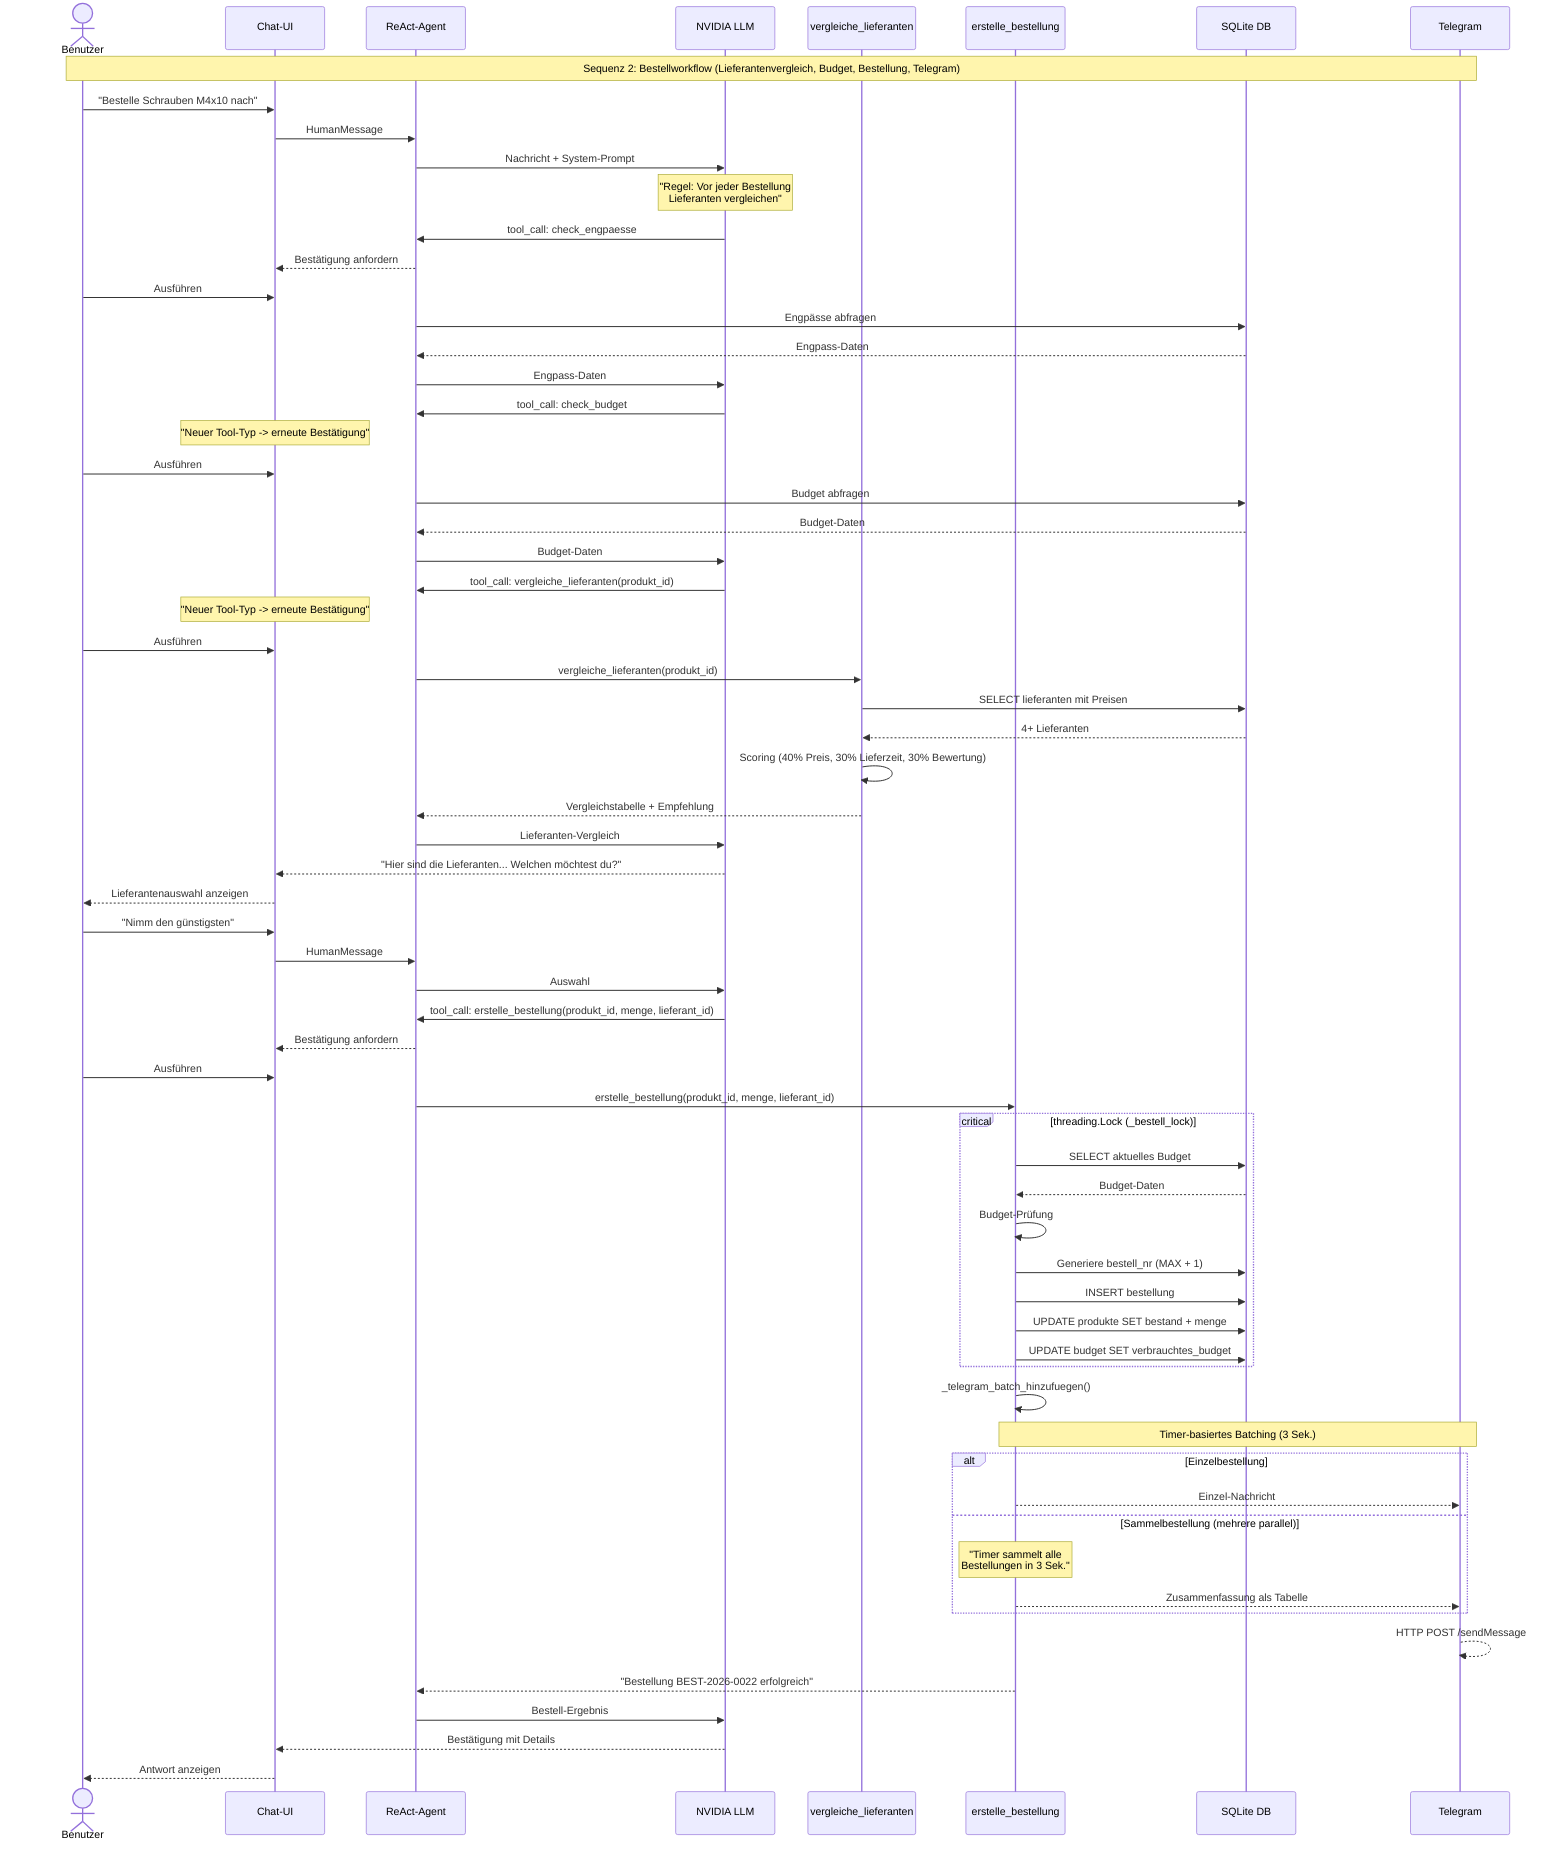
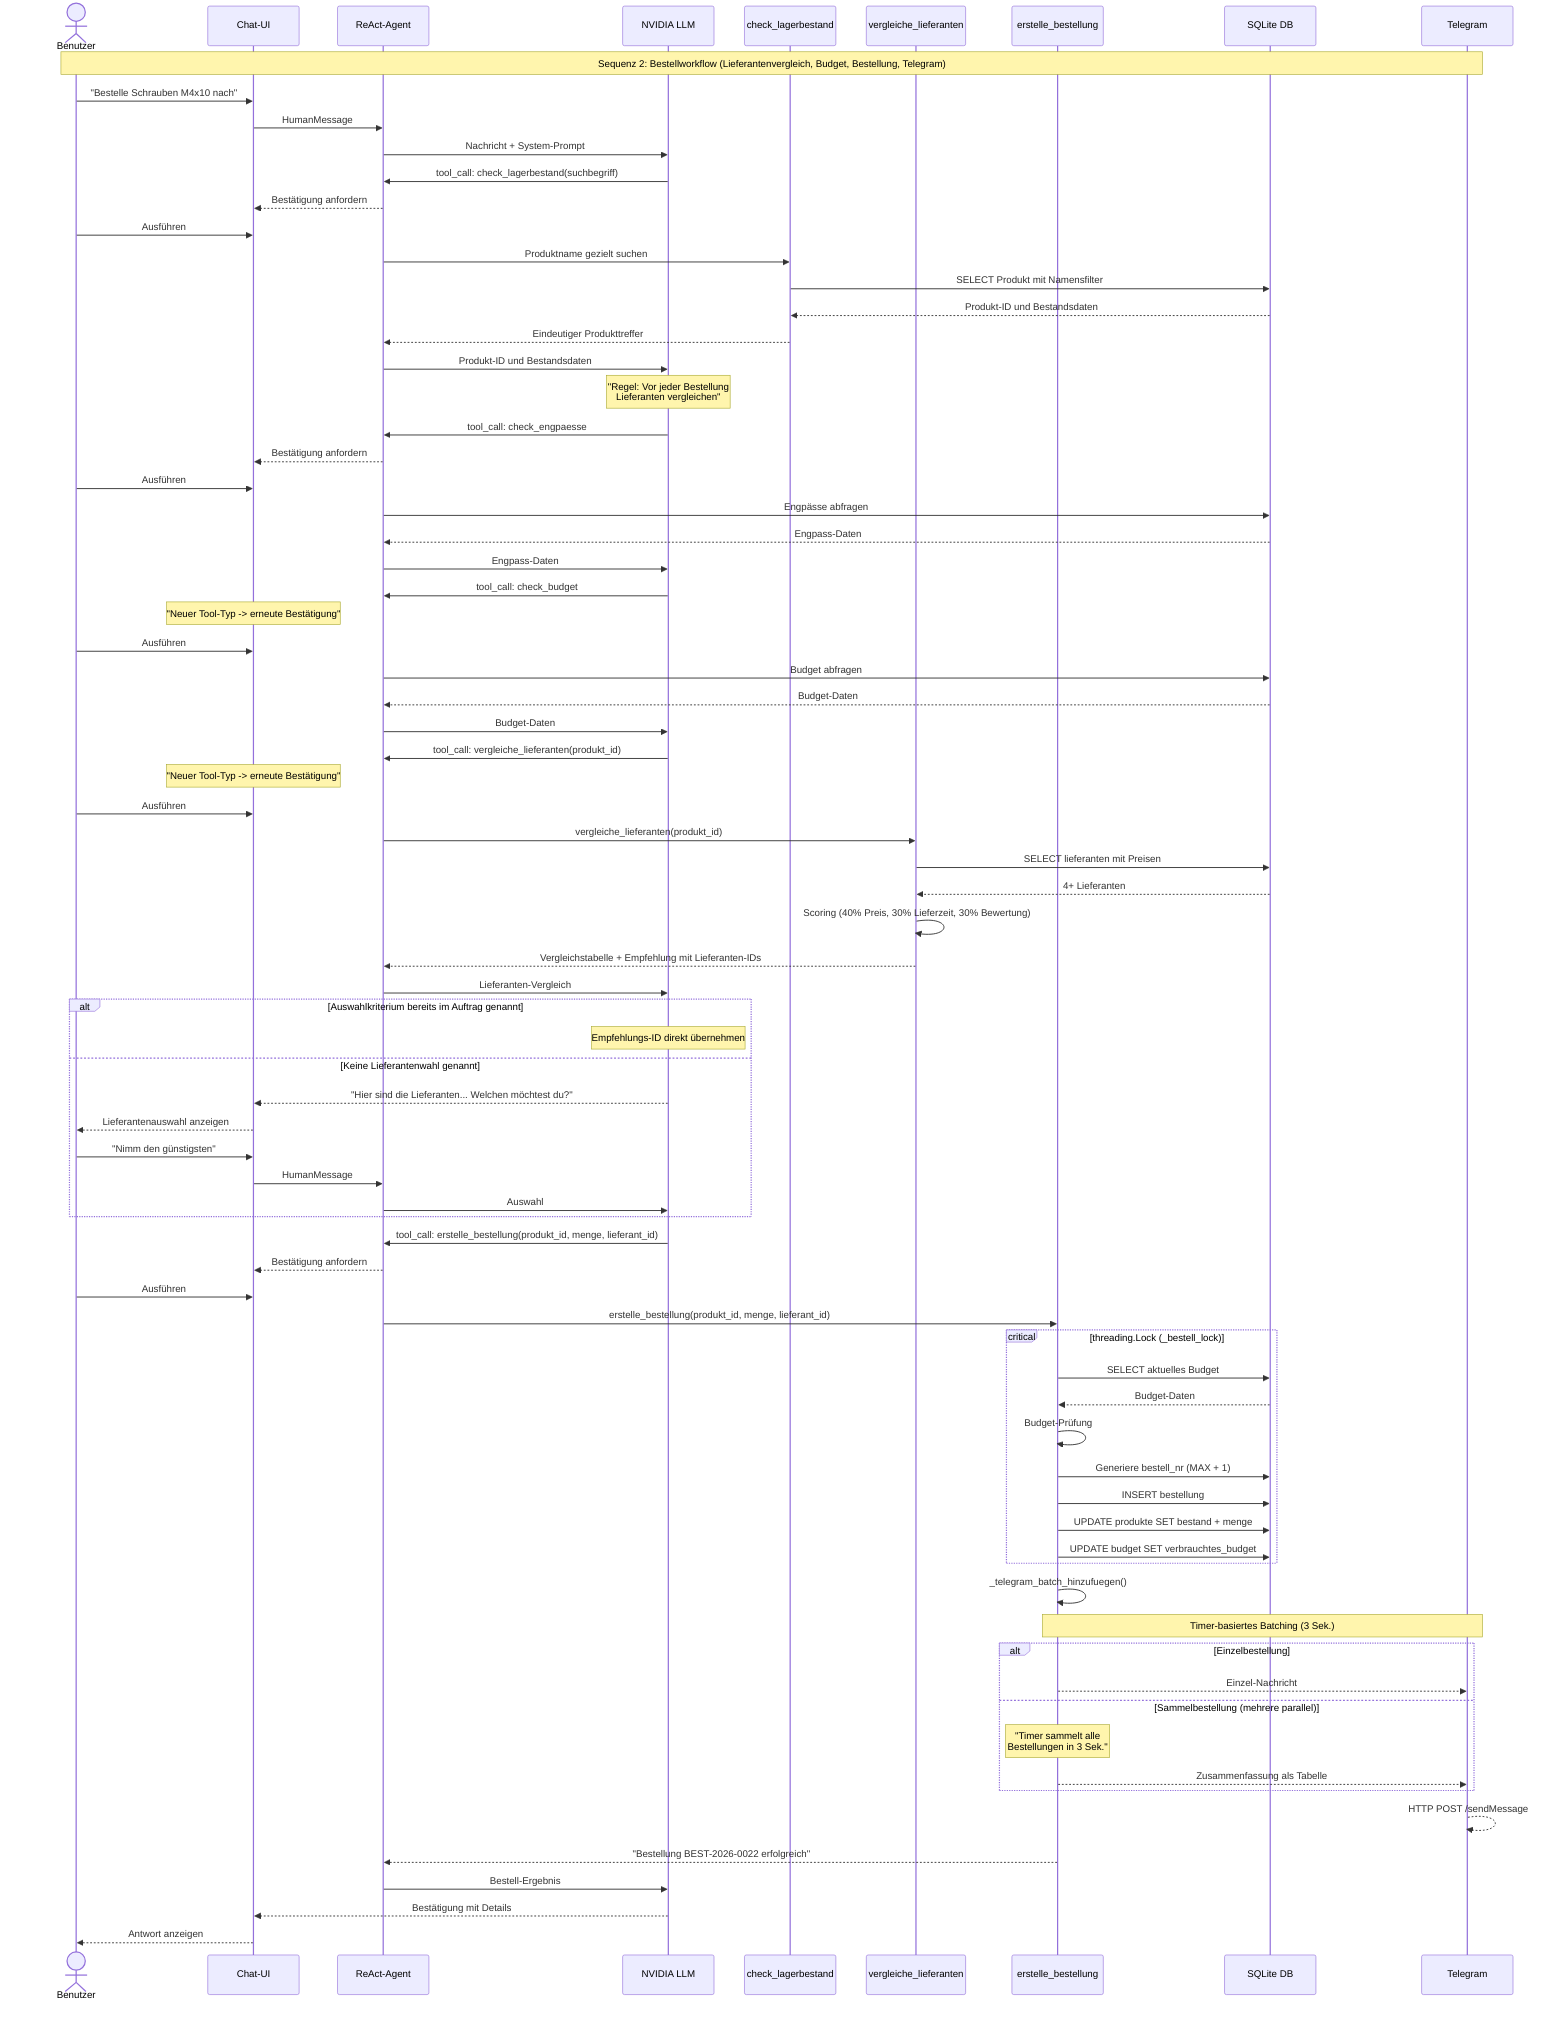
sequenceDiagram
    actor User as Benutzer
    participant UI as Chat-UI
    participant Agent as ReAct-Agent
    participant LLM as NVIDIA LLM
+     participant LB as check_lagerbestand
    participant VL as vergleiche_lieferanten
    participant EB as erstelle_bestellung
    participant DB as SQLite DB
    participant TG as Telegram

    Note over User, TG: Sequenz 2: Bestellworkflow (Lieferantenvergleich, Budget, Bestellung, Telegram)

    User->>UI: "Bestelle Schrauben M4x10 nach"
    UI->>Agent: HumanMessage
    Agent->>LLM: Nachricht + System-Prompt
+ 
+     LLM->>Agent: tool_call: check_lagerbestand(suchbegriff)
+     Agent-->>UI: Bestätigung anfordern
+     User->>UI: Ausführen
+     Agent->>LB: Produktname gezielt suchen
+     LB->>DB: SELECT Produkt mit Namensfilter
+     DB-->>LB: Produkt-ID und Bestandsdaten
+     LB-->>Agent: Eindeutiger Produkttreffer
+     Agent->>LLM: Produkt-ID und Bestandsdaten

    Note over LLM: "Regel: Vor jeder Bestellung<br/>Lieferanten vergleichen"

    LLM->>Agent: tool_call: check_engpaesse
    Agent-->>UI: Bestätigung anfordern
    User->>UI: Ausführen

    Agent->>DB: Engpässe abfragen
    DB-->>Agent: Engpass-Daten
    Agent->>LLM: Engpass-Daten

    LLM->>Agent: tool_call: check_budget
    Note over UI: "Neuer Tool-Typ -> erneute Bestätigung"
    User->>UI: Ausführen
    Agent->>DB: Budget abfragen
    DB-->>Agent: Budget-Daten
    Agent->>LLM: Budget-Daten

    LLM->>Agent: tool_call: vergleiche_lieferanten(produkt_id)
    Note over UI: "Neuer Tool-Typ -> erneute Bestätigung"
    User->>UI: Ausführen

    Agent->>VL: vergleiche_lieferanten(produkt_id)
    VL->>DB: SELECT lieferanten mit Preisen
    DB-->>VL: 4+ Lieferanten
    VL->>VL: Scoring (40% Preis, 30% Lieferzeit, 30% Bewertung)
-     VL-->>Agent: Vergleichstabelle + Empfehlung
+     VL-->>Agent: Vergleichstabelle + Empfehlung mit Lieferanten-IDs

    Agent->>LLM: Lieferanten-Vergleich
-     LLM-->>UI: "Hier sind die Lieferanten... Welchen möchtest du?"
-     UI-->>User: Lieferantenauswahl anzeigen

-     User->>UI: "Nimm den günstigsten"
-     UI->>Agent: HumanMessage
-     Agent->>LLM: Auswahl
+     alt Auswahlkriterium bereits im Auftrag genannt
+         Note over LLM: Empfehlungs-ID direkt übernehmen
+     else Keine Lieferantenwahl genannt
+         LLM-->>UI: "Hier sind die Lieferanten... Welchen möchtest du?"
+         UI-->>User: Lieferantenauswahl anzeigen
+         User->>UI: "Nimm den günstigsten"
+         UI->>Agent: HumanMessage
+         Agent->>LLM: Auswahl
+     end

    LLM->>Agent: tool_call: erstelle_bestellung(produkt_id, menge, lieferant_id)
    Agent-->>UI: Bestätigung anfordern
    User->>UI: Ausführen

    Agent->>EB: erstelle_bestellung(produkt_id, menge, lieferant_id)

    critical threading.Lock (_bestell_lock)
        EB->>DB: SELECT aktuelles Budget
        DB-->>EB: Budget-Daten
        EB->>EB: Budget-Prüfung
        EB->>DB: Generiere bestell_nr (MAX + 1)
        EB->>DB: INSERT bestellung
        EB->>DB: UPDATE produkte SET bestand + menge
        EB->>DB: UPDATE budget SET verbrauchtes_budget
    end

    EB->>EB: _telegram_batch_hinzufuegen()

    Note over EB, TG: Timer-basiertes Batching (3 Sek.)

    alt Einzelbestellung
        EB-->>TG: Einzel-Nachricht
    else Sammelbestellung (mehrere parallel)
        Note over EB: "Timer sammelt alle<br/>Bestellungen in 3 Sek."
        EB-->>TG: Zusammenfassung als Tabelle
    end

    TG-->>TG: HTTP POST /sendMessage

    EB-->>Agent: "Bestellung BEST-2026-0022 erfolgreich"
    Agent->>LLM: Bestell-Ergebnis
    LLM-->>UI: Bestätigung mit Details
    UI-->>User: Antwort anzeigen
